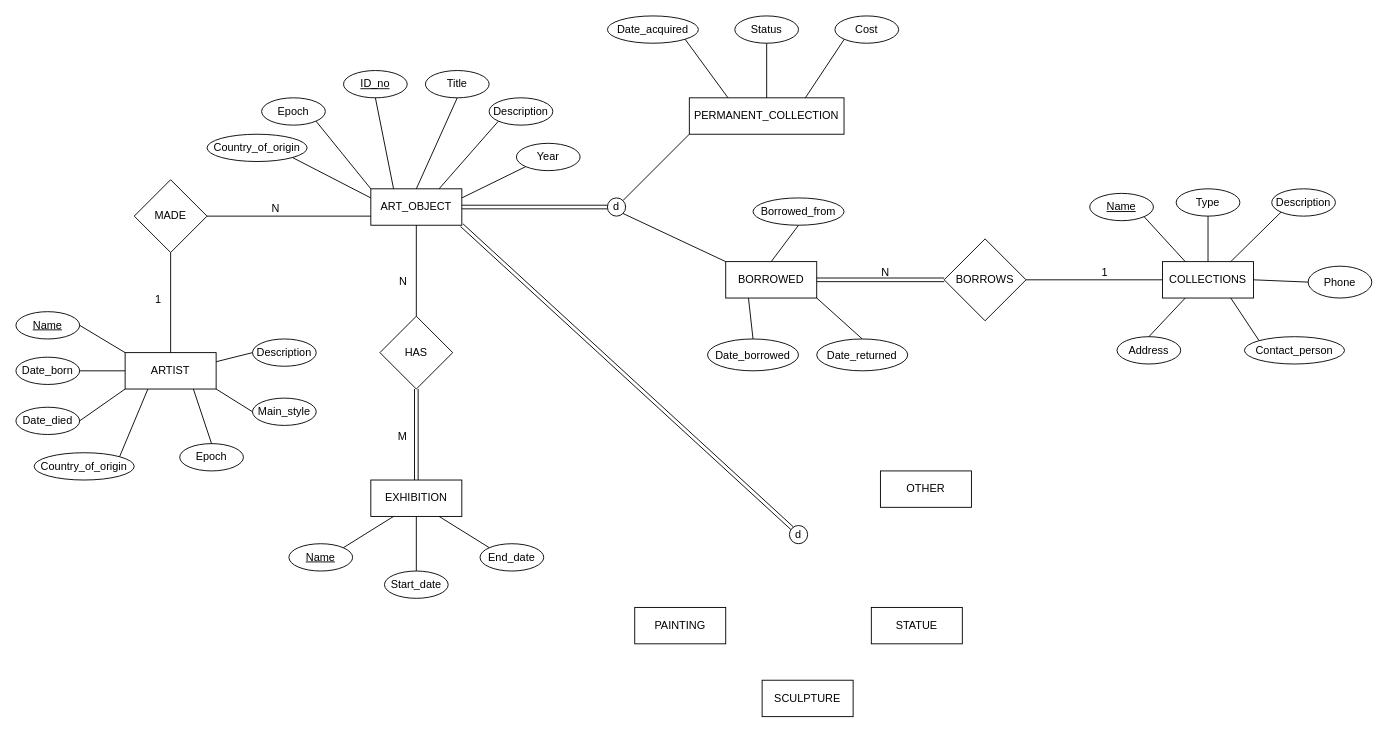
This is Database_Design_Folder/Brandon EER.drawio from Maan-Khedr-ENSF-300/museum-project-wannabyte, a draw.io file, before an edit. Source tidied: cells renumbered, new cells numbered last; positions are measured from the earlier drawing's top-left corner, leaving out a move shared by most shapes. Both pictures are drawn from the tidied source at 91%, with x=0, y=0 at pixel (15, 15).
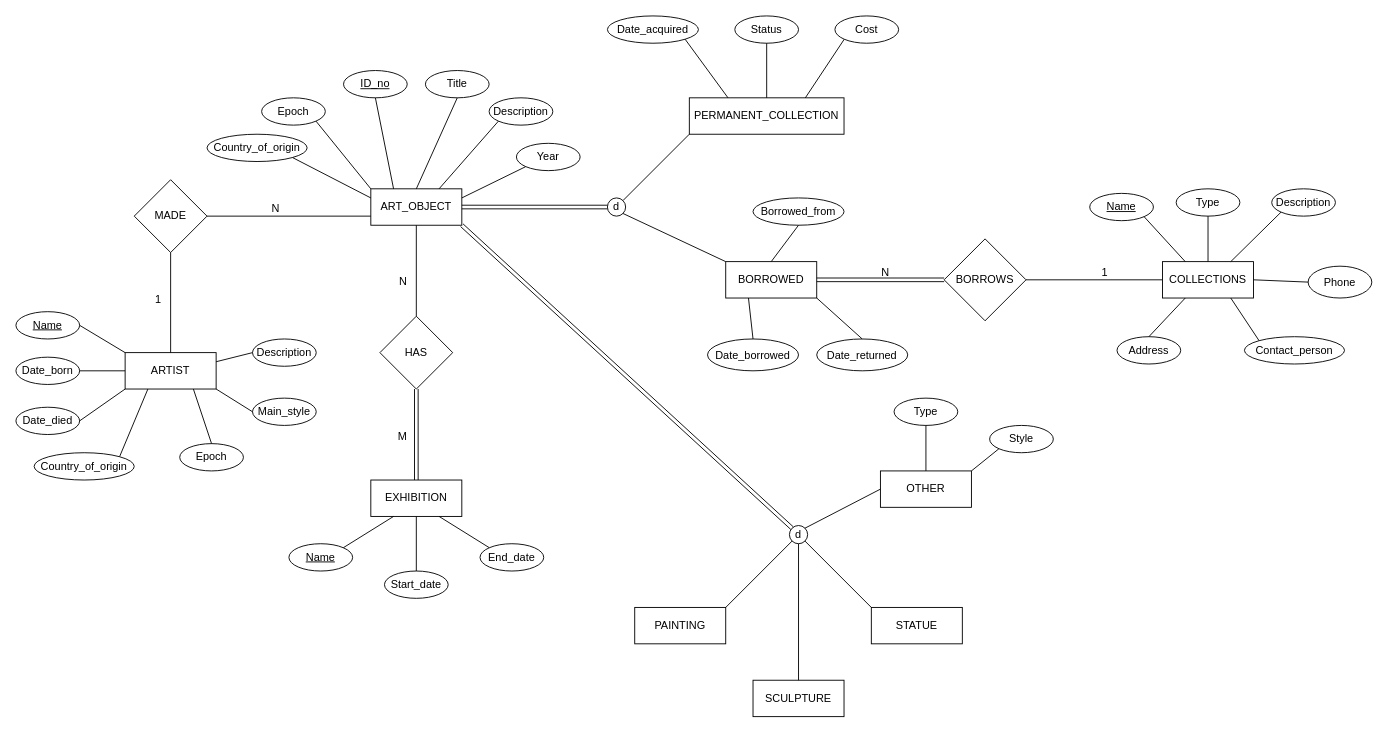
The same page after the edit.

Unchanged cells that the change refers to:
```xml
<mxCell id="83" value="d" style="ellipse;whiteSpace=wrap;html=1;align=center;" parent="1" vertex="1">
  <mxGeometry x="850" y="560" width="20" height="20" as="geometry" />
</mxCell>
<mxCell id="85" value="OTHER" style="whiteSpace=wrap;html=1;align=center;" parent="1" vertex="1">
  <mxGeometry x="950" y="500" width="100" height="40" as="geometry" />
</mxCell>
<mxCell id="86" value="STATUE" style="whiteSpace=wrap;html=1;align=center;" parent="1" vertex="1">
  <mxGeometry x="940" y="650" width="100" height="40" as="geometry" />
</mxCell>
<mxCell id="88" value="PAINTING" style="whiteSpace=wrap;html=1;align=center;" parent="1" vertex="1">
  <mxGeometry x="680" y="650" width="100" height="40" as="geometry" />
</mxCell>
```

The edit, as a diff of the source:
```diff
@@
     <mxCell id="87" value="SCULPTURE" style="whiteSpace=wrap;html=1;align=center;" parent="1" vertex="1">
-      <mxGeometry x="820" y="730" width="100" height="40" as="geometry" />
+      <mxGeometry x="810" y="730" width="100" height="40" as="geometry" />
     </mxCell>
@@
+    <mxCell id="89" style="endArrow=none;html=1;rounded=0;entryX=0;entryY=0.5;entryDx=0;entryDy=0;exitX=1;exitY=0;exitDx=0;exitDy=0;" parent="1" edge="1" source="83" target="85">
+      <mxGeometry relative="1" as="geometry" />
+    </mxCell>
+    <mxCell id="90" style="endArrow=none;html=1;rounded=0;entryX=0;entryY=0;entryDx=0;entryDy=0;exitX=1;exitY=1;exitDx=0;exitDy=0;" parent="1" edge="1" source="83" target="86">
+      <mxGeometry relative="1" as="geometry" />
+    </mxCell>
+    <mxCell id="91" style="endArrow=none;html=1;rounded=0;entryX=0.5;entryY=0;entryDx=0;entryDy=0;exitX=0.5;exitY=1;exitDx=0;exitDy=0;" parent="1" edge="1" source="83" target="87">
+      <mxGeometry relative="1" as="geometry" />
+    </mxCell>
+    <mxCell id="92" style="endArrow=none;html=1;rounded=0;entryX=1;entryY=0;entryDx=0;entryDy=0;exitX=0;exitY=1;exitDx=0;exitDy=0;" parent="1" edge="1" source="83" target="88">
+      <mxGeometry relative="1" as="geometry" />
+    </mxCell>
+    <mxCell id="93" value="Type" style="ellipse;whiteSpace=wrap;html=1;align=center;" parent="1" vertex="1">
+      <mxGeometry x="965" y="420" width="70" height="30" as="geometry" />
+    </mxCell>
+    <mxCell id="94" value="Style" style="ellipse;whiteSpace=wrap;html=1;align=center;" parent="1" vertex="1">
+      <mxGeometry x="1070" y="450" width="70" height="30" as="geometry" />
+    </mxCell>
+    <mxCell id="95" style="endArrow=none;html=1;rounded=0;exitX=0.5;exitY=0;exitDx=0;exitDy=0;entryX=0.5;entryY=1;entryDx=0;entryDy=0;" parent="1" edge="1" source="85" target="93">
+      <mxGeometry relative="1" as="geometry" />
+    </mxCell>
+    <mxCell id="96" style="endArrow=none;html=1;rounded=0;exitX=1;exitY=0;exitDx=0;exitDy=0;entryX=0;entryY=1;entryDx=0;entryDy=0;" parent="1" edge="1" source="85" target="94">
+      <mxGeometry relative="1" as="geometry" />
+    </mxCell>
```
